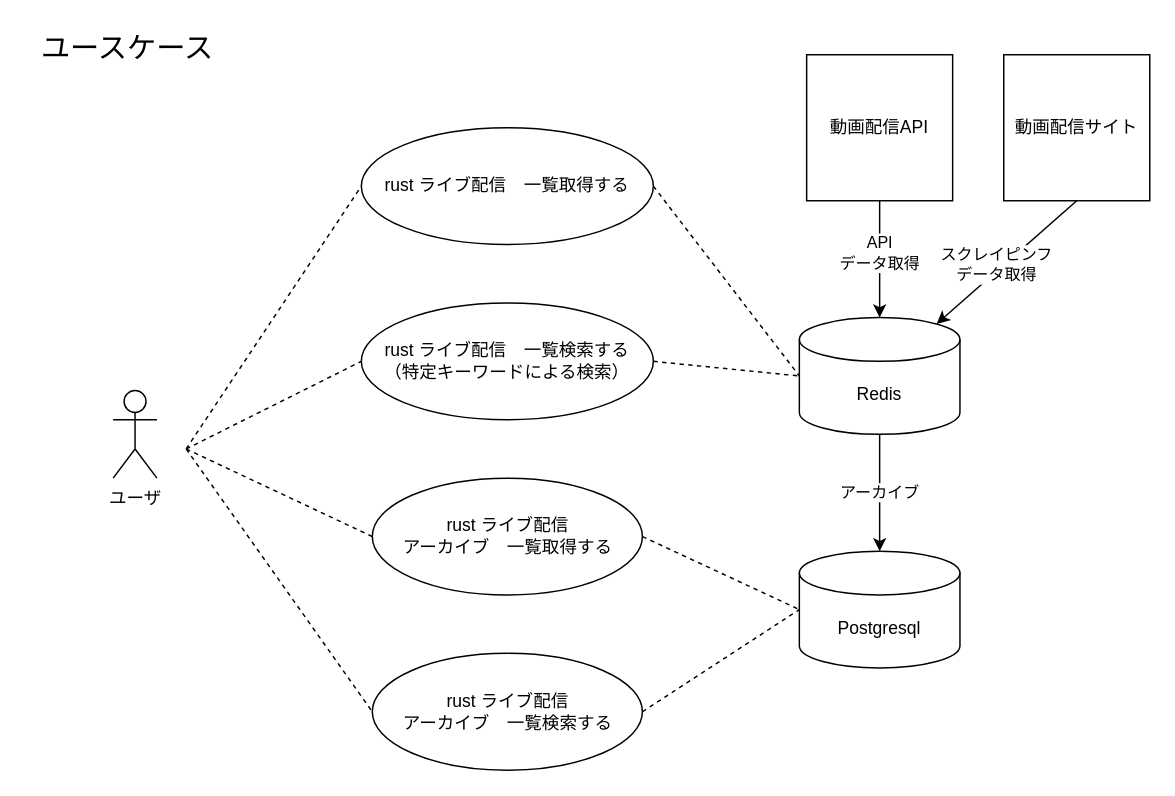
Earlier version of the draw.io diagram page "ユースケース" (1 of 2) of docs/要件.drawio (sokorahen-szk/rust-live). Source tidied: cells renumbered, new cells numbered last; positions are measured from the earlier drawing's top-left corner, leaving out a move shared by most shapes. Both pictures are drawn from the tidied source at 146%, with x=0, y=0 at pixel (25, 25).
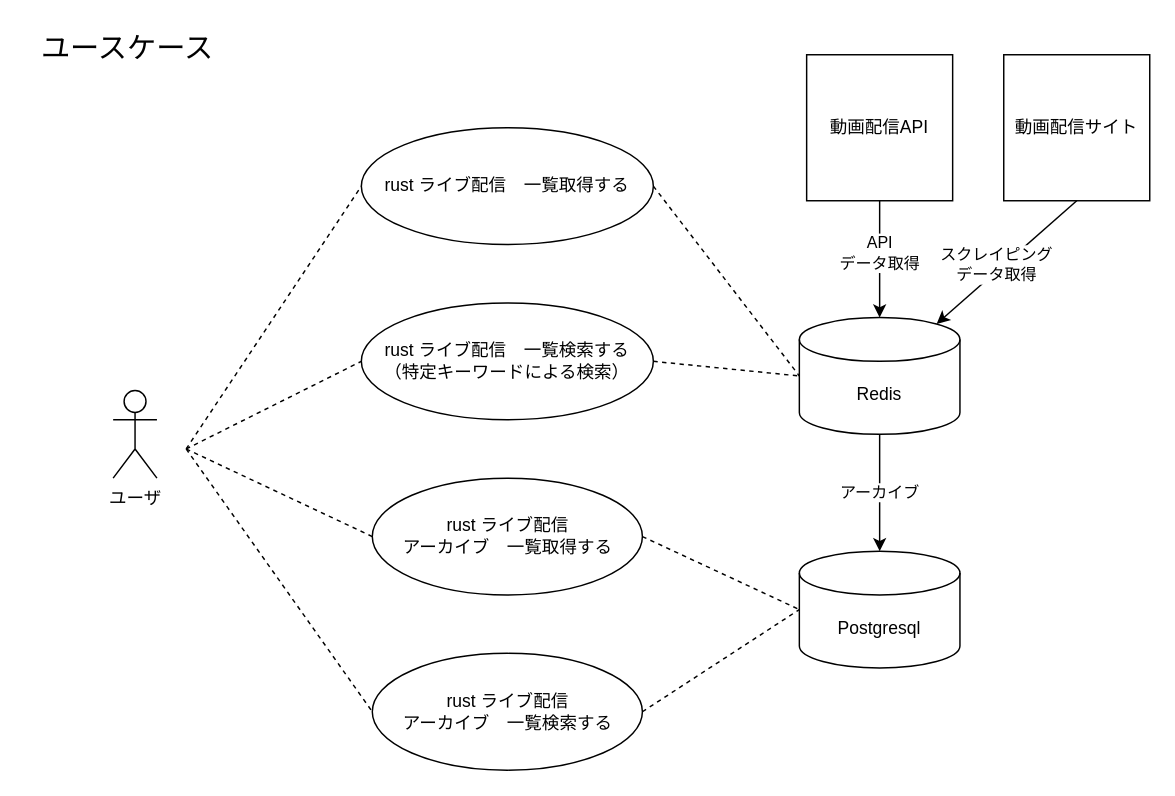
Above is the later version.

Unchanged cells that the change refers to:
```xml
<mxCell id="22" style="endArrow=classic;html=1;rounded=0;exitX=0.5;exitY=1;exitDx=0;exitDy=0;entryX=0.855;entryY=0;entryDx=0;entryDy=4.35;entryPerimeter=0;" parent="1" edge="1" source="14" target="11">
  <mxGeometry relative="1" as="geometry" />
</mxCell>
```

Change to the diagram source:
```diff
@@
-    <mxCell id="23" value="スクレイピンフ&lt;br&gt;データ取得" style="edgeLabel;html=1;align=center;verticalAlign=middle;" parent="22" vertex="1">
+    <mxCell id="23" value="スクレイピング&lt;br&gt;データ取得" style="edgeLabel;html=1;align=center;verticalAlign=middle;" parent="22" vertex="1">
       <mxGeometry x="0.11" y="-4" relative="1" as="geometry" />
     </mxCell>
```
